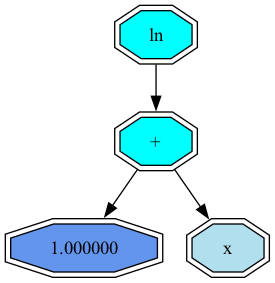
Before: original.png, a diagram exported from Graphviz (Pave2005/differential). Its source is kept beside it as original.dot.
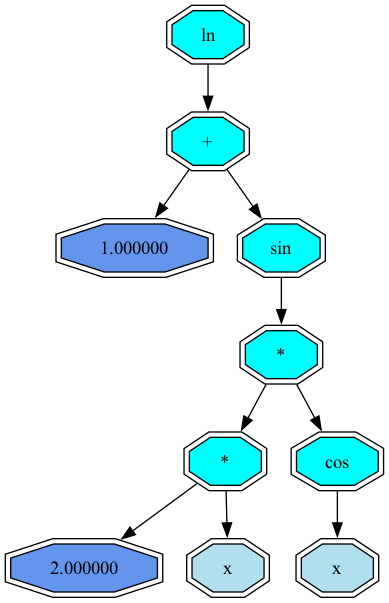
Later version of the same file.

What changed in the source:
```diff
@@ -1,11 +1,25 @@
 digraph G {
 node [shape = record];
- 11540040340  11540040340 [shape = doubleoctagon, style = filled, fillcolor = aqua  label = " ln "];
+ 12170056320  12170056320 [shape = doubleoctagon, style = filled, fillcolor = aqua  label = " ln "];
 
- 11540040340 -> 11540040300
- 11540040300 [shape = doubleoctagon, style = filled, fillcolor = aqua  label = " + "];
-11540040300 -> 11540040200
- 11540040300 -> 11540040240
- 11540040200 [shape = doubleoctagon, style = filled, fillcolor = cornflowerblue  label = " 1.000000 "];
- 11540040240 [shape = doubleoctagon, style = filled, fillcolor = lightblue2  label = " x "];
+ 12170056320 -> 12170056260
+ 12170056260 [shape = doubleoctagon, style = filled, fillcolor = aqua  label = " + "];
+12170056260 -> 12170057500
+ 12170056260 -> 12170056220
+ 12170057500 [shape = doubleoctagon, style = filled, fillcolor = cornflowerblue  label = " 1.000000 "];
+ 12170056220 [shape = doubleoctagon, style = filled, fillcolor = aqua  label = " sin "];
+
+ 12170056220 -> 12170056160
+ 12170056160 [shape = doubleoctagon, style = filled, fillcolor = aqua  label = " * "];
+12170056160 -> 12170057340
+ 12170056160 -> 12170056120
+ 12170057340 [shape = doubleoctagon, style = filled, fillcolor = aqua  label = " * "];
+12170057340 -> 12170057540
+ 12170057340 -> 12170057300
+ 12170057540 [shape = doubleoctagon, style = filled, fillcolor = cornflowerblue  label = " 2.000000 "];
+ 12170057300 [shape = doubleoctagon, style = filled, fillcolor = lightblue2  label = " x "];
+ 12170056120 [shape = doubleoctagon, style = filled, fillcolor = aqua  label = " cos "];
+
+ 12170056120 -> 12170056060
+ 12170056060 [shape = doubleoctagon, style = filled, fillcolor = lightblue2  label = " x "];
 }
```
